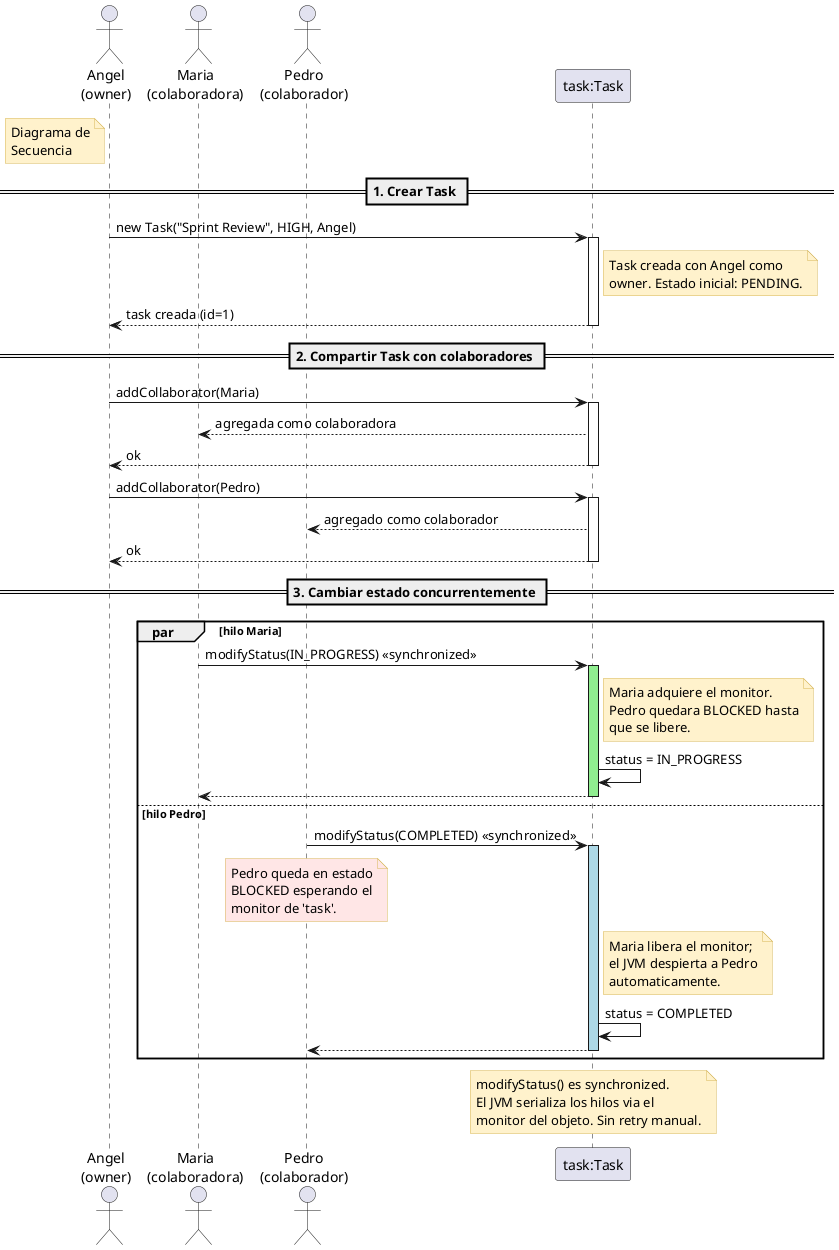
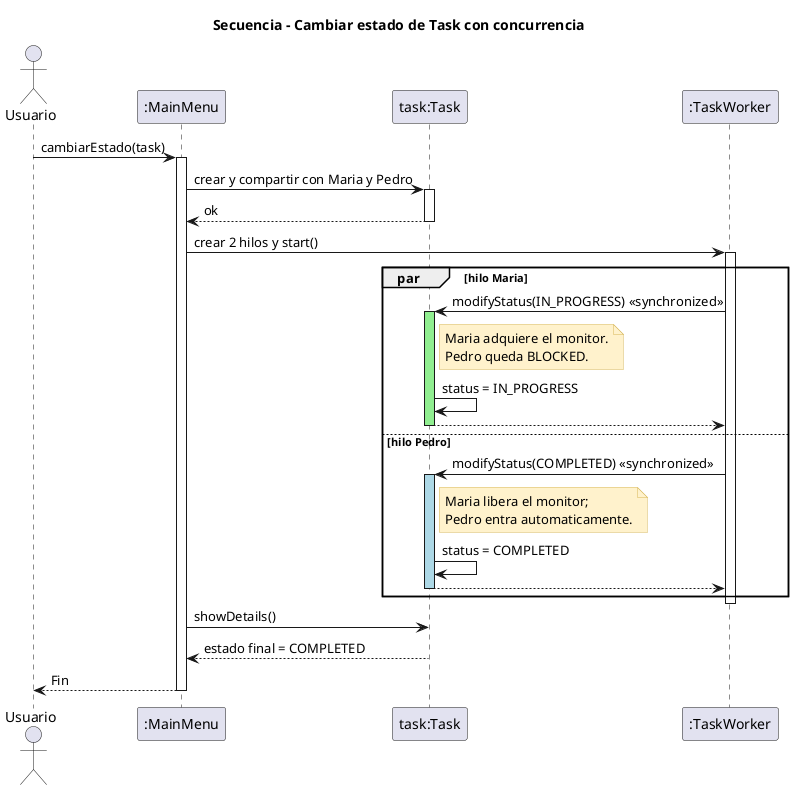
@startuml SecuenciaCambiarEstado
+ title Secuencia - Cambiar estado de Task con concurrencia

skinparam noteBackgroundColor #FFF2CC
skinparam noteBorderColor #D6B656

- actor "Angel\n(owner)" as Angel
- actor "Maria\n(colaboradora)" as Maria
- actor "Pedro\n(colaborador)" as Pedro
+ actor "Usuario" as U
+ participant ":MainMenu" as menu
participant "task:Task" as task
+ participant ":TaskWorker" as worker

- note left of Angel #FFF2CC
-   Diagrama de
-   Secuencia
- end note
+ U -> menu : cambiarEstado(task)
+ activate menu

- == 1. Crear Task ==
- 
- Angel -> task : new Task("Sprint Review", HIGH, Angel)
+ menu -> task : crear y compartir con Maria y Pedro
activate task
- note right of task
-   Task creada con Angel como
-   owner. Estado inicial: PENDING.
- end note
- task --> Angel : task creada (id=1)
+ task --> menu : ok
deactivate task

- == 2. Compartir Task con colaboradores ==
- 
- Angel -> task : addCollaborator(Maria)
- activate task
- task --> Maria : agregada como colaboradora
- task --> Angel : ok
- deactivate task
- 
- Angel -> task : addCollaborator(Pedro)
- activate task
- task --> Pedro : agregado como colaborador
- task --> Angel : ok
- deactivate task
- 
- == 3. Cambiar estado concurrentemente ==
+ menu -> worker : crear 2 hilos y start()
+ activate worker

par hilo Maria
-     Maria -> task : modifyStatus(IN_PROGRESS) <<synchronized>>
+     worker -> task : modifyStatus(IN_PROGRESS) <<synchronized>>
    activate task #LightGreen
    note right of task
      Maria adquiere el monitor.
-       Pedro quedara BLOCKED hasta
-       que se libere.
+       Pedro queda BLOCKED.
    end note
    task -> task : status = IN_PROGRESS
-     task --> Maria
+     task --> worker
    deactivate task
else hilo Pedro
-     Pedro -> task : modifyStatus(COMPLETED) <<synchronized>>
-     note over Pedro #FFE6E6
-       Pedro queda en estado
-       BLOCKED esperando el
-       monitor de 'task'.
-     end note
+     worker -> task : modifyStatus(COMPLETED) <<synchronized>>
    activate task #LightBlue
    note right of task
      Maria libera el monitor;
-       el JVM despierta a Pedro
-       automaticamente.
+       Pedro entra automaticamente.
    end note
    task -> task : status = COMPLETED
-     task --> Pedro
+     task --> worker
    deactivate task
end

- note over task
-   modifyStatus() es synchronized.
-   El JVM serializa los hilos via el
-   monitor del objeto. Sin retry manual.
- end note
+ deactivate worker
+ 
+ menu -> task : showDetails()
+ task --> menu : estado final = COMPLETED
+ 
+ menu --> U : Fin
+ deactivate menu

@enduml
